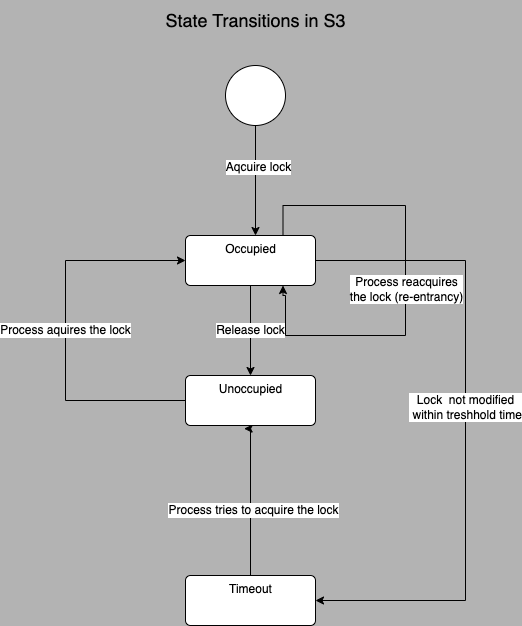
Above: diagrams/state_transitions.drawio.png in Skyvell/s3lock (draw.io), before the change. Source tidied: cells renumbered, new cells last; positions are measured from the earlier drawing's top-left corner, leaving out a move shared by most shapes.
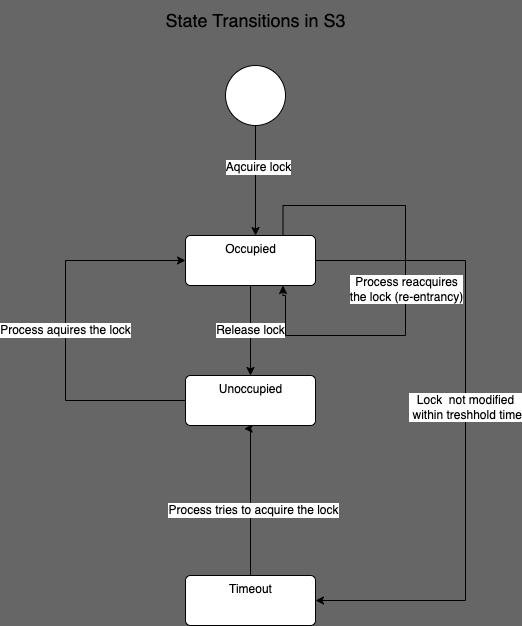
After the commit.

Diff of the diagram source:
```diff
@@ -1,4 +1,4 @@
-<mxGraphModel background="#B3B3B3">
+<mxGraphModel background="#666666">
   <root>
     <mxCell id="0" />
     <mxCell id="1" parent="0" />
```
